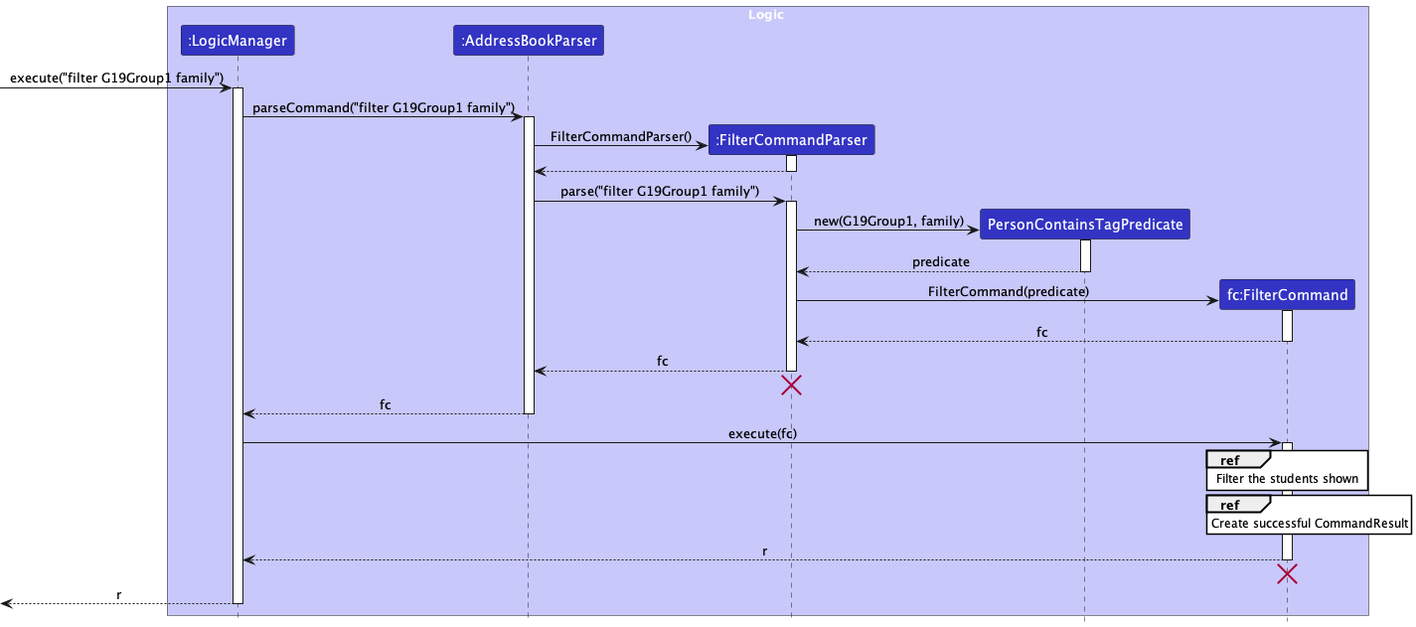
Earlier version of the PlantUML export docs/assets/dg/FilterCommandSequenceDiagram.png (shamesjen/tp).
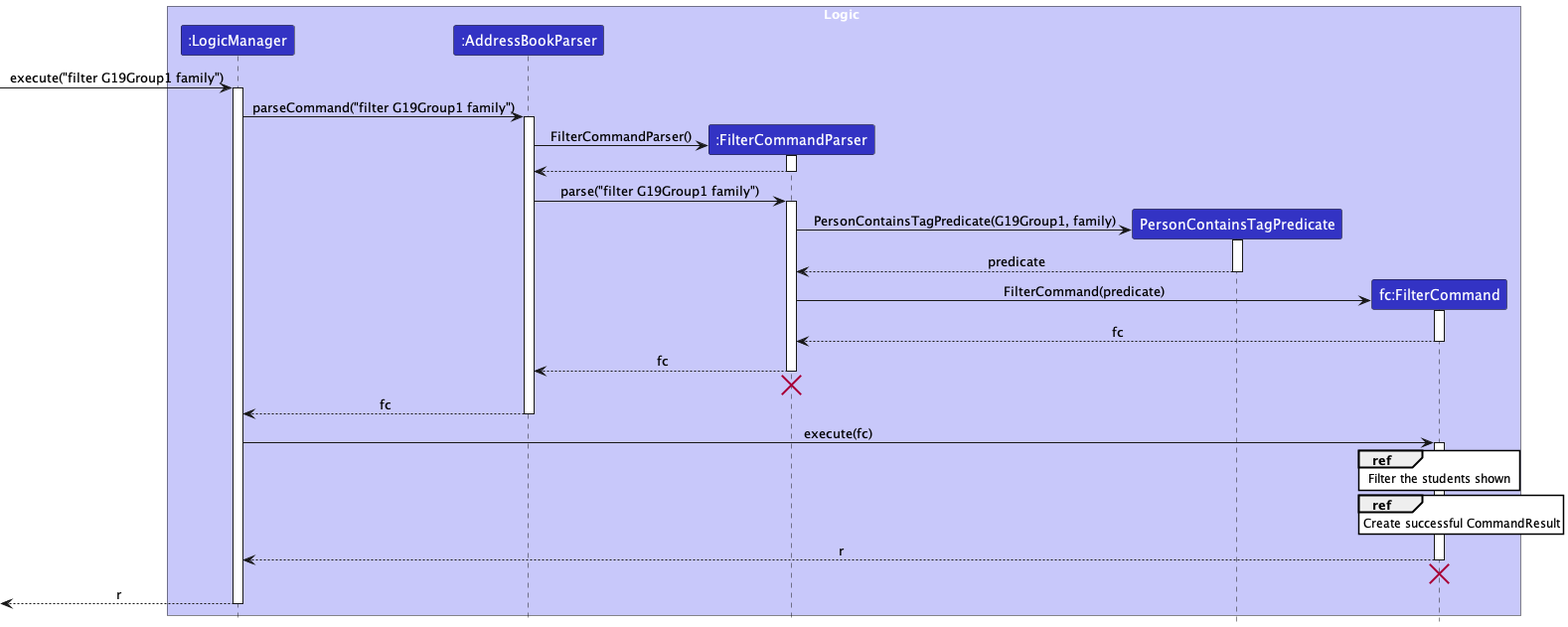
The same diagram one commit later.

Diff of the diagram source:
```diff
@@ -29,7 +29,7 @@
 activate FilterCommandParser
 
 create PersonContainsTagPredicate
-FilterCommandParser -> PersonContainsTagPredicate : new(G19Group1, family)
+FilterCommandParser -> PersonContainsTagPredicate : PersonContainsTagPredicate(G19Group1, family)
 activate PersonContainsTagPredicate
 
 PersonContainsTagPredicate --> FilterCommandParser : predicate
```
